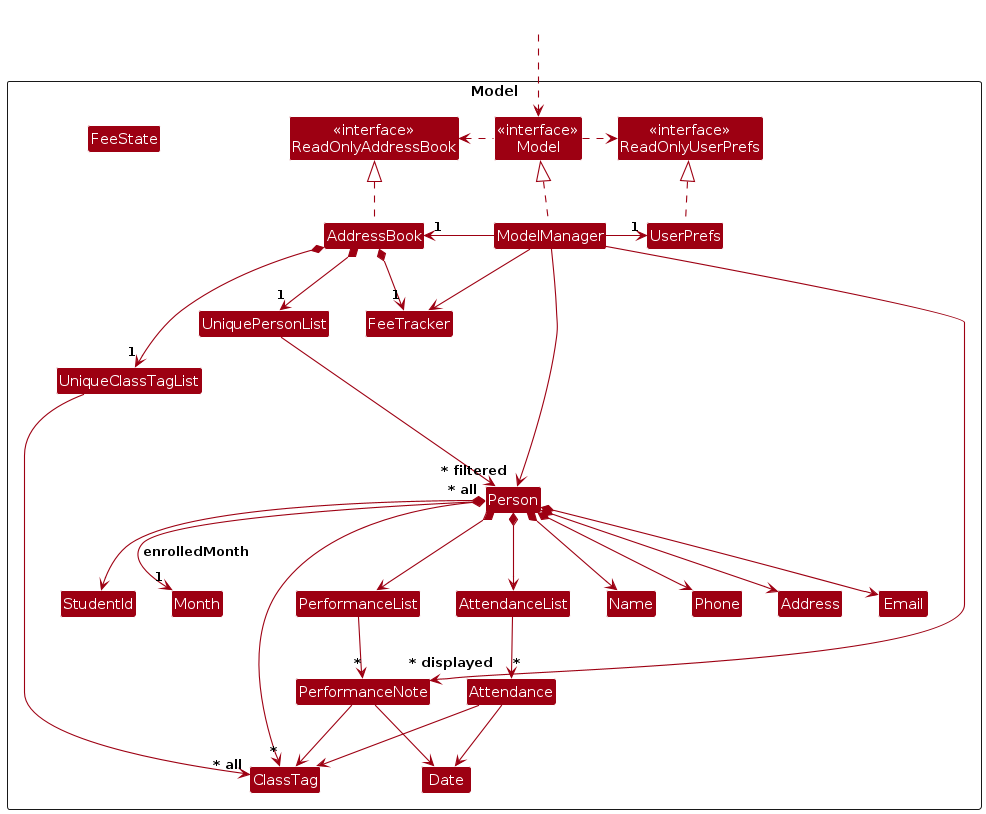
Above: diagrams/ModelClassDiagram.png in AY2526S1-CS2103T-F10-3/tp (PlantUML), before the change. Its source is kept beside it as diagrams/ModelClassDiagram.puml.
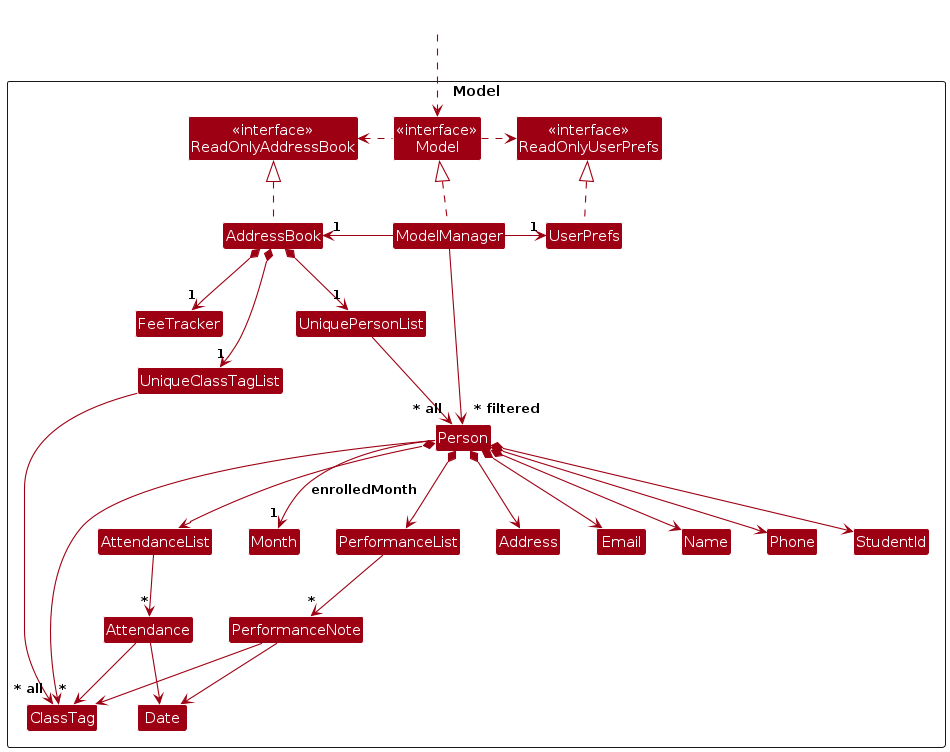
Later version of the same file.

What changed in the source:
```diff
@@ -25,11 +25,9 @@
 Class Attendance
 Class Date
 Class FeeTracker
-Class FeeState
 Class Month
 Class PerformanceList
 Class PerformanceNote
-Class I #FFFFFF
 }
 
 Class HiddenOutside #FFFFFF
@@ -48,8 +46,6 @@
 AddressBook *--> "1" UniqueClassTagList
 AddressBook *--> "1" FeeTracker
 
-ModelManager --> FeeTracker
-
 UniquePersonList --> "~* all" Person
 UniqueClassTagList --> "~* all" ClassTag
 Person *--> Name
@@ -57,28 +53,19 @@
 Person *--> Email
 Person *--> Address
 Person *--> StudentId
-Person *--> "*" ClassTag
+Person --> "*" ClassTag
 Person *--> AttendanceList
 Person --> "1" Month : enrolledMonth
 Person *--> PerformanceList
 
 AttendanceList --> "*" Attendance
-
 Attendance --> Date
 Attendance --> ClassTag
 
 PerformanceList --> "*" PerformanceNote
-
 PerformanceNote --> Date
 PerformanceNote --> ClassTag
 
-Person -[hidden]up--> I
-UniquePersonList -[hidden]right-> I
-
-Name -[hidden]right-> Phone
-Phone -[hidden]right-> Address
-Address -[hidden]right-> Email
 
 ModelManager --> "~* filtered" Person
-ModelManager --> "~* displayed" PerformanceNote
 @enduml
```
